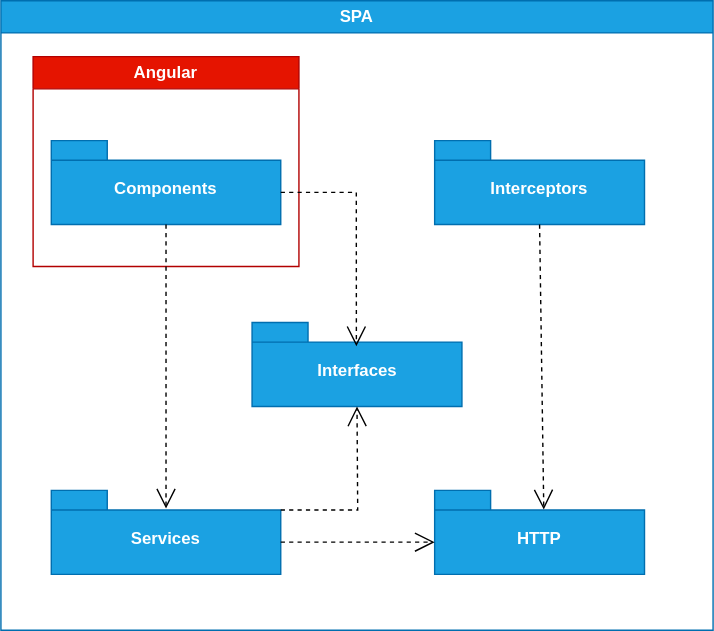
This is docs/L3/SPA/Implementation_View.svg from Rodrick0209/ISEP-SEM5PI-24-25, a draw.io export, as it was before one commit. Source tidied: cells renumbered, new cells last; positions are measured from the earlier drawing's top-left corner, leaving out a move shared by most shapes.
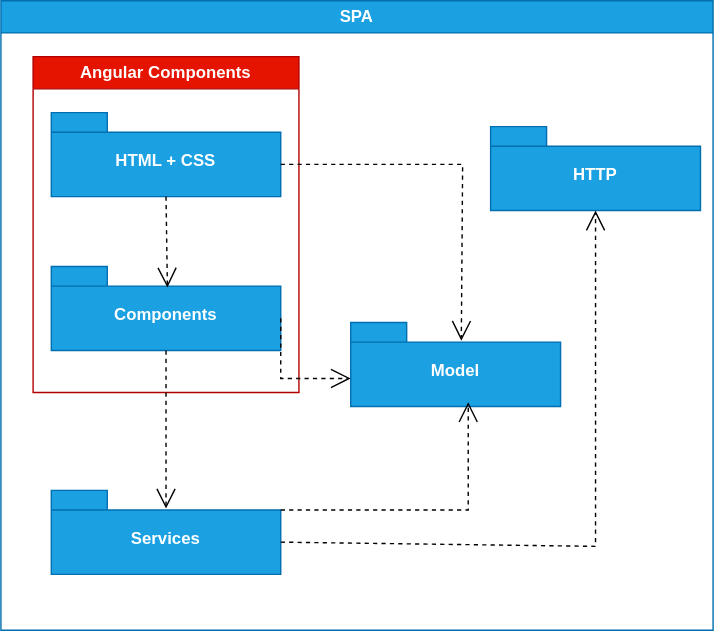
Above is the later version.

What changed in the source:
```diff
@@ -5,46 +5,58 @@
     <mxCell id="2" value="SPA" style="swimlane;whiteSpace=wrap;html=1;fillColor=#1ba1e2;fontColor=#ffffff;strokeColor=#006EAF;" parent="1" vertex="1">
       <mxGeometry width="509" height="450" as="geometry" />
     </mxCell>
-    <mxCell id="3" value="Angular" style="swimlane;whiteSpace=wrap;html=1;fillColor=#e51400;fontColor=#ffffff;strokeColor=#B20000;" parent="2" vertex="1">
-      <mxGeometry x="23" y="40" width="190" height="150" as="geometry" />
+    <mxCell id="3" value="Angular Components" style="swimlane;whiteSpace=wrap;html=1;fillColor=#e51400;fontColor=#ffffff;strokeColor=#B20000;" parent="2" vertex="1">
+      <mxGeometry x="23" y="40" width="190" height="240" as="geometry" />
     </mxCell>
     <mxCell id="4" value="Components" style="shape=folder;fontStyle=1;spacingTop=10;tabWidth=40;tabHeight=14;tabPosition=left;html=1;whiteSpace=wrap;fillColor=#1ba1e2;fontColor=#ffffff;strokeColor=#006EAF;" parent="3" vertex="1">
-      <mxGeometry x="13" y="60" width="164" height="60" as="geometry" />
+      <mxGeometry x="13" y="150" width="164" height="60" as="geometry" />
     </mxCell>
+    <mxCell id="14" value="HTML + CSS" style="shape=folder;fontStyle=1;spacingTop=10;tabWidth=40;tabHeight=14;tabPosition=left;html=1;whiteSpace=wrap;fillColor=#1ba1e2;fontColor=#ffffff;strokeColor=#006EAF;" parent="3" vertex="1">
+      <mxGeometry x="13" y="40" width="164" height="60" as="geometry" />
+    </mxCell>
+    <mxCell id="15" style="endArrow=open;endSize=12;dashed=1;html=1;rounded=0;exitX=0.5;exitY=1;exitDx=0;exitDy=0;exitPerimeter=0;entryX=0.506;entryY=0.25;entryDx=0;entryDy=0;entryPerimeter=0;" parent="3" edge="1" source="14" target="4">
+      <mxGeometry relative="1" as="geometry" />
+    </mxCell>
     <mxCell id="5" value="Services" style="shape=folder;fontStyle=1;spacingTop=10;tabWidth=40;tabHeight=14;tabPosition=left;html=1;whiteSpace=wrap;fillColor=#1ba1e2;fontColor=#ffffff;strokeColor=#006EAF;" parent="2" vertex="1">
       <mxGeometry x="36" y="350" width="164" height="60" as="geometry" />
     </mxCell>
     <mxCell id="6" style="endArrow=open;endSize=12;dashed=1;html=1;rounded=0;exitX=0.5;exitY=1;exitDx=0;exitDy=0;exitPerimeter=0;entryX=0.5;entryY=0.217;entryDx=0;entryDy=0;entryPerimeter=0;" parent="2" edge="1" source="4" target="5">
       <mxGeometry relative="1" as="geometry" />
     </mxCell>
-    <mxCell id="7" value="Interceptors" style="shape=folder;fontStyle=1;spacingTop=10;tabWidth=40;tabHeight=14;tabPosition=left;html=1;whiteSpace=wrap;fillColor=#1ba1e2;fontColor=#ffffff;strokeColor=#006EAF;" parent="2" vertex="1">
-      <mxGeometry x="310" y="100" width="150" height="60" as="geometry" />
-    </mxCell>
     <mxCell id="8" value="HTTP" style="shape=folder;fontStyle=1;spacingTop=10;tabWidth=40;tabHeight=14;tabPosition=left;html=1;whiteSpace=wrap;fillColor=#1ba1e2;fontColor=#ffffff;strokeColor=#006EAF;" parent="2" vertex="1">
-      <mxGeometry x="310" y="350" width="150" height="60" as="geometry" />
+      <mxGeometry x="350" y="90" width="150" height="60" as="geometry" />
     </mxCell>
-    <mxCell id="9" value="Interfaces" style="shape=folder;fontStyle=1;spacingTop=10;tabWidth=40;tabHeight=14;tabPosition=left;html=1;whiteSpace=wrap;fillColor=#1ba1e2;fontColor=#ffffff;strokeColor=#006EAF;" parent="2" vertex="1">
-      <mxGeometry x="179.5" y="230" width="150" height="60" as="geometry" />
+    <mxCell id="9" value="Model" style="shape=folder;fontStyle=1;spacingTop=10;tabWidth=40;tabHeight=14;tabPosition=left;html=1;whiteSpace=wrap;fillColor=#1ba1e2;fontColor=#ffffff;strokeColor=#006EAF;" parent="2" vertex="1">
+      <mxGeometry x="250" y="230" width="150" height="60" as="geometry" />
     </mxCell>
-    <mxCell id="10" style="endArrow=open;endSize=12;dashed=1;html=1;rounded=0;exitX=0;exitY=0;exitDx=164;exitDy=37;exitPerimeter=0;entryX=0.497;entryY=0.283;entryDx=0;entryDy=0;entryPerimeter=0;" parent="2" edge="1" source="4" target="9">
+    <mxCell id="10" style="endArrow=open;endSize=12;dashed=1;html=1;rounded=0;exitX=0;exitY=0;exitDx=164;exitDy=37;exitPerimeter=0;" parent="2" edge="1" source="4">
       <mxGeometry relative="1" as="geometry">
+        <mxPoint x="250" y="270" as="targetPoint" />
         <Array as="points">
-          <mxPoint x="254" y="137" />
+          <mxPoint x="200" y="270" />
         </Array>
       </mxGeometry>
     </mxCell>
-    <mxCell id="11" style="endArrow=open;endSize=12;dashed=1;html=1;rounded=0;exitX=0.5;exitY=1;exitDx=0;exitDy=0;exitPerimeter=0;entryX=0.52;entryY=0.228;entryDx=0;entryDy=0;entryPerimeter=0;" parent="2" edge="1" source="7" target="8">
-      <mxGeometry relative="1" as="geometry" />
-    </mxCell>
-    <mxCell id="12" style="endArrow=open;endSize=12;dashed=1;html=1;rounded=0;entryX=0.5;entryY=1;entryDx=0;entryDy=0;entryPerimeter=0;exitX=0;exitY=0;exitDx=164;exitDy=14;exitPerimeter=0;" parent="2" edge="1" source="5" target="9">
+    <mxCell id="12" style="endArrow=open;endSize=12;dashed=1;html=1;rounded=0;entryX=0.56;entryY=0.95;entryDx=0;entryDy=0;entryPerimeter=0;exitX=0;exitY=0;exitDx=164;exitDy=14;exitPerimeter=0;" parent="2" edge="1" source="5" target="9">
       <mxGeometry relative="1" as="geometry">
         <Array as="points">
-          <mxPoint x="255" y="364" />
+          <mxPoint x="334" y="364" />
         </Array>
       </mxGeometry>
     </mxCell>
-    <mxCell id="13" style="endArrow=open;endSize=12;dashed=1;html=1;rounded=0;entryX=0;entryY=0;entryDx=0;entryDy=37;entryPerimeter=0;exitX=0;exitY=0;exitDx=164;exitDy=37;exitPerimeter=0;" parent="2" edge="1" source="5" target="8">
-      <mxGeometry relative="1" as="geometry" />
+    <mxCell id="13" style="endArrow=open;endSize=12;dashed=1;html=1;rounded=0;entryX=0.5;entryY=1;entryDx=0;entryDy=0;entryPerimeter=0;exitX=0;exitY=0;exitDx=164;exitDy=37;exitPerimeter=0;" parent="2" edge="1" source="5" target="8">
+      <mxGeometry relative="1" as="geometry">
+        <Array as="points">
+          <mxPoint x="425" y="390" />
+        </Array>
+      </mxGeometry>
     </mxCell>
+    <mxCell id="16" style="endArrow=open;endSize=12;dashed=1;html=1;rounded=0;exitX=0;exitY=0;exitDx=164;exitDy=37;exitPerimeter=0;entryX=0.527;entryY=0.217;entryDx=0;entryDy=0;entryPerimeter=0;" parent="2" edge="1" source="14" target="9">
+      <mxGeometry relative="1" as="geometry">
+        <Array as="points">
+          <mxPoint x="330" y="117" />
+        </Array>
+      </mxGeometry>
+    </mxCell>
   </root>
 </mxGraphModel>
```
